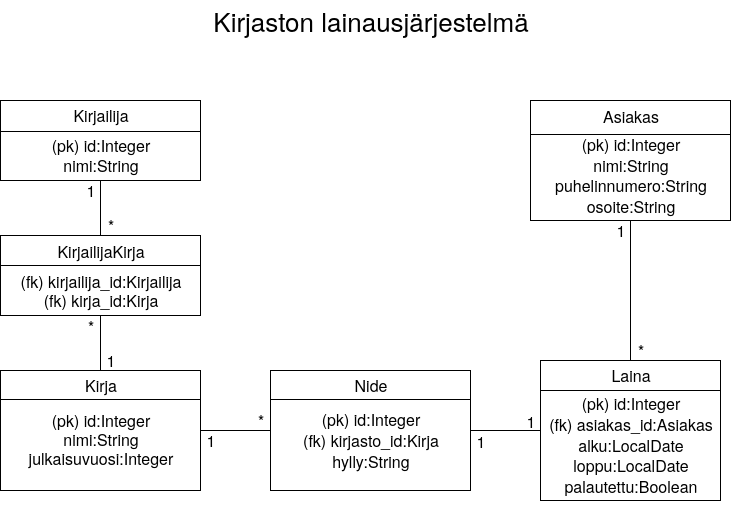
Earlier version of the draw.io export documentation/Tietokantakaavio.png (hmhei/Tsoha2020). Source tidied: cells renumbered, new cells last; positions are measured from the earlier drawing's top-left corner, leaving out a move shared by most shapes.
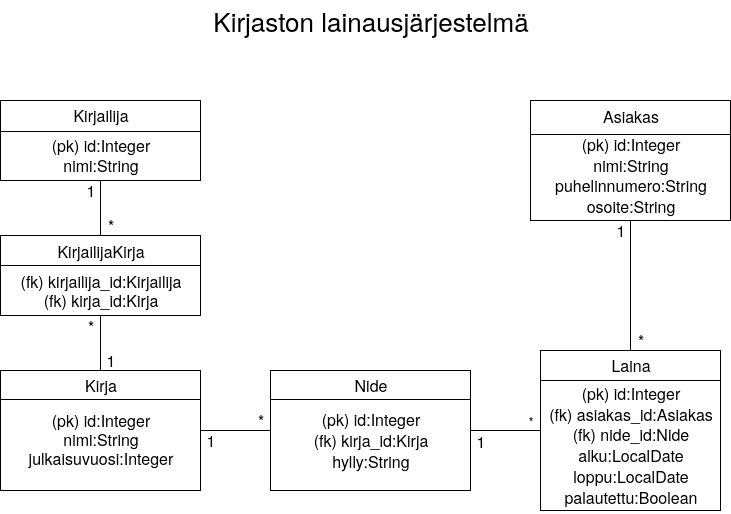
The same diagram one commit later.

Commit message:
Tietokantakaavio päivitetty

Diff of the diagram source:
```diff
@@ -15,7 +15,7 @@
       <mxGeometry x="530" y="100" width="200" height="120" as="geometry" />
     </mxCell>
     <mxCell id="6" style="shape=internalStorage;whiteSpace=wrap;html=1;backgroundOutline=1;dx=0;dy=30;" parent="1" vertex="1">
-      <mxGeometry x="540" y="360" width="180" height="140" as="geometry" />
+      <mxGeometry x="540" y="350" width="180" height="160" as="geometry" />
     </mxCell>
     <mxCell id="7" style="shape=internalStorage;whiteSpace=wrap;html=1;backgroundOutline=1;dx=0;dy=30;" parent="1" vertex="1">
       <mxGeometry y="235" width="200" height="80" as="geometry" />
@@ -23,7 +23,7 @@
     <mxCell id="8" value="&lt;div style=&quot;font-size: 16px&quot;&gt;&lt;font style=&quot;font-size: 16px&quot; face=&quot;Helvetica&quot;&gt;&lt;br&gt;&lt;/font&gt;&lt;/div&gt;&lt;div style=&quot;font-size: 16px&quot;&gt;&lt;font style=&quot;font-size: 16px&quot; face=&quot;Helvetica&quot;&gt;(pk) id:Integer&lt;/font&gt;&lt;/div&gt;&lt;div style=&quot;font-size: 16px&quot;&gt;&lt;font style=&quot;font-size: 16px&quot; face=&quot;Helvetica&quot;&gt;nimi:String&lt;/font&gt;&lt;/div&gt;" style="text;html=1;strokeColor=none;fillColor=none;align=center;verticalAlign=middle;whiteSpace=wrap;rounded=0;fontFamily=Times New Roman;" parent="1" vertex="1">
       <mxGeometry y="110" width="200" height="70" as="geometry" />
     </mxCell>
-    <mxCell id="9" value="&lt;div style=&quot;font-size: 16px&quot;&gt;&lt;font style=&quot;font-size: 16px&quot; face=&quot;Helvetica&quot;&gt;&lt;br&gt;&lt;/font&gt;&lt;/div&gt;&lt;div style=&quot;font-size: 16px&quot;&gt;&lt;font style=&quot;font-size: 16px&quot; face=&quot;Helvetica&quot;&gt;&lt;br&gt;&lt;/font&gt;&lt;/div&gt;&lt;div style=&quot;font-size: 16px&quot;&gt;&lt;font style=&quot;font-size: 16px&quot; face=&quot;Helvetica&quot;&gt;&lt;br&gt;&lt;/font&gt;&lt;/div&gt;&lt;div style=&quot;font-size: 16px&quot;&gt;&lt;font style=&quot;font-size: 16px&quot; face=&quot;Helvetica&quot;&gt;(pk) id:Integer&lt;/font&gt;&lt;/div&gt;&lt;div style=&quot;font-size: 16px&quot;&gt;&lt;font style=&quot;font-size: 16px&quot; face=&quot;Helvetica&quot;&gt;(fk) kirjasto_id:Kirja&lt;br&gt;&lt;/font&gt;&lt;/div&gt;&lt;div style=&quot;font-size: 16px&quot;&gt;&lt;font style=&quot;font-size: 16px&quot; face=&quot;Helvetica&quot;&gt;hylly:String&lt;/font&gt;&lt;/div&gt;&lt;div style=&quot;font-size: 16px&quot;&gt;&lt;font style=&quot;font-size: 16px&quot; face=&quot;Helvetica&quot;&gt;&lt;br&gt;&lt;/font&gt;&lt;/div&gt;&lt;div style=&quot;font-size: 16px&quot;&gt;&lt;font style=&quot;font-size: 16px&quot; face=&quot;Helvetica&quot;&gt;&lt;br&gt;&lt;/font&gt;&lt;/div&gt;" style="text;html=1;strokeColor=none;fillColor=none;align=center;verticalAlign=middle;whiteSpace=wrap;rounded=0;fontFamily=Times New Roman;" parent="1" vertex="1">
+    <mxCell id="9" value="&lt;div style=&quot;font-size: 16px&quot;&gt;&lt;font style=&quot;font-size: 16px&quot; face=&quot;Helvetica&quot;&gt;&lt;br&gt;&lt;/font&gt;&lt;/div&gt;&lt;div style=&quot;font-size: 16px&quot;&gt;&lt;font style=&quot;font-size: 16px&quot; face=&quot;Helvetica&quot;&gt;&lt;br&gt;&lt;/font&gt;&lt;/div&gt;&lt;div style=&quot;font-size: 16px&quot;&gt;&lt;font style=&quot;font-size: 16px&quot; face=&quot;Helvetica&quot;&gt;&lt;br&gt;&lt;/font&gt;&lt;/div&gt;&lt;div style=&quot;font-size: 16px&quot;&gt;&lt;font style=&quot;font-size: 16px&quot; face=&quot;Helvetica&quot;&gt;(pk) id:Integer&lt;/font&gt;&lt;/div&gt;&lt;div style=&quot;font-size: 16px&quot;&gt;&lt;font style=&quot;font-size: 16px&quot; face=&quot;Helvetica&quot;&gt;(fk) kirja_id:Kirja&lt;br&gt;&lt;/font&gt;&lt;/div&gt;&lt;div style=&quot;font-size: 16px&quot;&gt;&lt;font style=&quot;font-size: 16px&quot; face=&quot;Helvetica&quot;&gt;hylly:String&lt;/font&gt;&lt;/div&gt;&lt;div style=&quot;font-size: 16px&quot;&gt;&lt;font style=&quot;font-size: 16px&quot; face=&quot;Helvetica&quot;&gt;&lt;br&gt;&lt;/font&gt;&lt;/div&gt;&lt;div style=&quot;font-size: 16px&quot;&gt;&lt;font style=&quot;font-size: 16px&quot; face=&quot;Helvetica&quot;&gt;&lt;br&gt;&lt;/font&gt;&lt;/div&gt;" style="text;html=1;strokeColor=none;fillColor=none;align=center;verticalAlign=middle;whiteSpace=wrap;rounded=0;fontFamily=Times New Roman;" parent="1" vertex="1">
       <mxGeometry x="270" y="370" width="200" height="120" as="geometry" />
     </mxCell>
     <mxCell id="10" style="endArrow=none;html=1;fontFamily=Times New Roman;entryX=1;entryY=0.5;entryDx=0;entryDy=0;exitX=0;exitY=0.5;exitDx=0;exitDy=0;" parent="1" edge="1" source="9" target="3">
@@ -66,15 +66,15 @@
       <mxGeometry x="600" y="220" width="40" height="20" as="geometry" />
     </mxCell>
     <mxCell id="23" value="&lt;font style=&quot;font-size: 16px&quot; face=&quot;Helvetica&quot;&gt;*&lt;/font&gt;" style="text;html=1;strokeColor=none;fillColor=none;align=center;verticalAlign=middle;whiteSpace=wrap;rounded=0;fontFamily=Times New Roman;" parent="1" vertex="1">
-      <mxGeometry x="620" y="340" width="40" height="20" as="geometry" />
+      <mxGeometry x="620" y="330" width="40" height="20" as="geometry" />
     </mxCell>
     <mxCell id="24" value="&lt;font style=&quot;font-size: 16px&quot; face=&quot;Helvetica&quot;&gt;Laina&lt;/font&gt;" style="text;html=1;strokeColor=none;fillColor=none;align=center;verticalAlign=middle;whiteSpace=wrap;rounded=0;fontFamily=Times New Roman;" parent="1" vertex="1">
-      <mxGeometry x="540" y="360" width="180" height="30" as="geometry" />
+      <mxGeometry x="540" y="350" width="180" height="30" as="geometry" />
     </mxCell>
-    <mxCell id="25" value="&lt;div style=&quot;font-size: 16px&quot;&gt;&lt;font style=&quot;font-size: 16px&quot; face=&quot;Helvetica&quot;&gt;(pk) id:Integer&lt;br&gt;&lt;/font&gt;&lt;/div&gt;&lt;div style=&quot;font-size: 16px&quot;&gt;&lt;font style=&quot;font-size: 16px&quot; face=&quot;Helvetica&quot;&gt;(fk) asiakas_id:Asiakas&lt;br&gt;&lt;/font&gt;&lt;/div&gt;&lt;div style=&quot;font-size: 16px&quot;&gt;&lt;font style=&quot;font-size: 16px&quot; face=&quot;Helvetica&quot;&gt;alku:LocalDate&lt;/font&gt;&lt;/div&gt;&lt;div style=&quot;font-size: 16px&quot;&gt;&lt;font style=&quot;font-size: 16px&quot; face=&quot;Helvetica&quot;&gt;loppu:LocalDate&lt;/font&gt;&lt;/div&gt;&lt;div style=&quot;font-size: 16px&quot;&gt;&lt;font style=&quot;font-size: 16px&quot; face=&quot;Helvetica&quot;&gt;palautettu:Boolean&lt;/font&gt;&lt;br&gt;&lt;/div&gt;" style="text;html=1;strokeColor=none;fillColor=none;align=center;verticalAlign=middle;whiteSpace=wrap;rounded=0;fontFamily=Times New Roman;" parent="1" vertex="1">
-      <mxGeometry x="545" y="390" width="170" height="110" as="geometry" />
+    <mxCell id="25" value="&lt;div style=&quot;font-size: 16px&quot;&gt;&lt;font style=&quot;font-size: 16px&quot; face=&quot;Helvetica&quot;&gt;(pk) id:Integer&lt;br&gt;&lt;/font&gt;&lt;/div&gt;&lt;div style=&quot;font-size: 16px&quot;&gt;&lt;font style=&quot;font-size: 16px&quot; face=&quot;Helvetica&quot;&gt;(fk) asiakas_id:Asiakas&lt;/font&gt;&lt;/div&gt;&lt;div style=&quot;font-size: 16px&quot;&gt;&lt;font style=&quot;font-size: 16px&quot; face=&quot;Helvetica&quot;&gt;(fk) nide_id:Nide&lt;br&gt;&lt;/font&gt;&lt;/div&gt;&lt;div style=&quot;font-size: 16px&quot;&gt;&lt;font style=&quot;font-size: 16px&quot; face=&quot;Helvetica&quot;&gt;alku:LocalDate&lt;/font&gt;&lt;/div&gt;&lt;div style=&quot;font-size: 16px&quot;&gt;&lt;font style=&quot;font-size: 16px&quot; face=&quot;Helvetica&quot;&gt;loppu:LocalDate&lt;/font&gt;&lt;/div&gt;&lt;div style=&quot;font-size: 16px&quot;&gt;&lt;font style=&quot;font-size: 16px&quot; face=&quot;Helvetica&quot;&gt;palautettu:Boolean&lt;/font&gt;&lt;br&gt;&lt;/div&gt;" style="text;html=1;strokeColor=none;fillColor=none;align=center;verticalAlign=middle;whiteSpace=wrap;rounded=0;fontFamily=Times New Roman;" parent="1" vertex="1">
+      <mxGeometry x="540" y="380" width="180" height="130" as="geometry" />
     </mxCell>
-    <mxCell id="26" value="&lt;font style=&quot;font-size: 16px&quot;&gt;1&lt;/font&gt;" style="text;html=1;strokeColor=none;fillColor=none;align=center;verticalAlign=middle;whiteSpace=wrap;rounded=0;fontFamily=Helvetica;" parent="1" vertex="1">
+    <mxCell id="26" value="*" style="text;html=1;strokeColor=none;fillColor=none;align=center;verticalAlign=middle;whiteSpace=wrap;rounded=0;fontFamily=Helvetica;" parent="1" vertex="1">
       <mxGeometry x="510" y="410" width="40" height="20" as="geometry" />
     </mxCell>
     <mxCell id="27" value="&lt;font style=&quot;font-size: 16px&quot; face=&quot;Helvetica&quot;&gt;1&lt;/font&gt;" style="text;html=1;strokeColor=none;fillColor=none;align=center;verticalAlign=middle;whiteSpace=wrap;rounded=0;fontFamily=Times New Roman;" parent="1" vertex="1">
```
